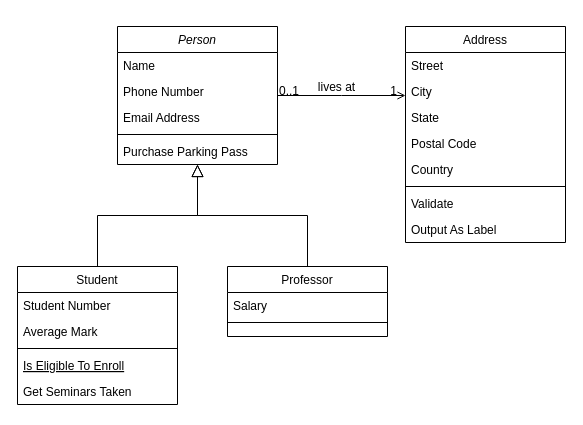
The draw.io diagram 名称未設定ファイル.drawio in Mari-st-11/til, before the edit. Source tidied: cells renumbered, new cells numbered last; positions are measured from the earlier drawing's top-left corner, leaving out a move shared by most shapes. Both pictures are drawn from the tidied source at 100%, with x=0, y=0 at pixel (17, 26).
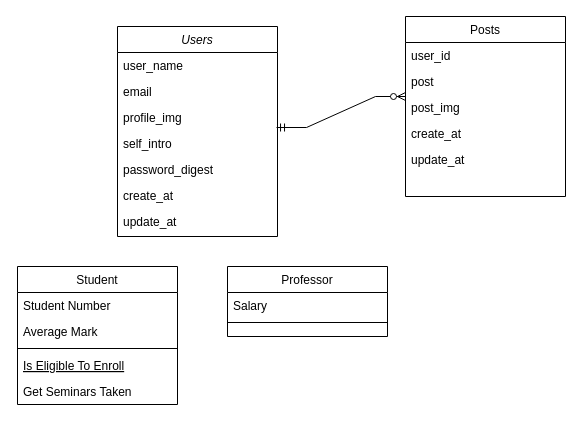
After the change.

Commit message (it also covers changes not shown here):
名称未設定ファイル.drawio を更新します

The change refers to these unchanged cells:
```xml
<mxCell id="8" value="Student" style="swimlane;fontStyle=0;align=center;verticalAlign=top;horizontal=1;startSize=26;rounded=0;shadow=0;strokeWidth=1;" parent="1" vertex="1">
  <mxGeometry y="240" width="160" height="138" as="geometry" />
</mxCell>
<mxCell id="15" value="Professor" style="swimlane;fontStyle=0;align=center;verticalAlign=top;horizontal=1;startSize=26;rounded=0;shadow=0;strokeWidth=1;" parent="1" vertex="1">
  <mxGeometry x="210" y="240" width="160" height="70" as="geometry" />
</mxCell>
```

Change to the diagram source:
```diff
@@
-    <mxCell id="2" value="Person" style="swimlane;fontStyle=2;align=center;verticalAlign=top;horizontal=1;startSize=26;rounded=0;shadow=0;strokeWidth=1;" parent="1" vertex="1">
-      <mxGeometry x="100" width="160" height="138" as="geometry" />
+    <mxCell id="2" value="Users" style="swimlane;fontStyle=2;align=center;verticalAlign=top;horizontal=1;startSize=26;rounded=0;shadow=0;strokeWidth=1;" parent="1" vertex="1">
+      <mxGeometry x="100" width="160" height="210" as="geometry" />
     </mxCell>
-    <mxCell id="3" value="Name" style="text;align=left;verticalAlign=top;spacingLeft=4;spacingRight=4;overflow=hidden;" parent="2" vertex="1">
+    <mxCell id="3" value="user_name" style="text;align=left;verticalAlign=top;spacingLeft=4;spacingRight=4;overflow=hidden;" parent="2" vertex="1">
       <mxGeometry y="26" width="160" height="26" as="geometry" />
     </mxCell>
-    <mxCell id="4" value="Phone Number" style="text;align=left;verticalAlign=top;spacingLeft=4;spacingRight=4;overflow=hidden;rounded=0;shadow=0;html=0;" parent="2" vertex="1">
+    <mxCell id="4" value="email" style="text;align=left;verticalAlign=top;spacingLeft=4;spacingRight=4;overflow=hidden;rounded=0;shadow=0;html=0;" parent="2" vertex="1">
       <mxGeometry y="52" width="160" height="26" as="geometry" />
     </mxCell>
-    <mxCell id="5" value="Email Address" style="text;align=left;verticalAlign=top;spacingLeft=4;spacingRight=4;overflow=hidden;rounded=0;shadow=0;html=0;" parent="2" vertex="1">
+    <mxCell id="5" value="profile_img" style="text;align=left;verticalAlign=top;spacingLeft=4;spacingRight=4;overflow=hidden;rounded=0;shadow=0;html=0;" parent="2" vertex="1">
       <mxGeometry y="78" width="160" height="26" as="geometry" />
     </mxCell>
-    <mxCell id="6" style="line;html=1;strokeWidth=1;align=left;verticalAlign=middle;spacingTop=-1;spacingLeft=3;spacingRight=3;labelPosition=right;" parent="2" vertex="1">
-      <mxGeometry y="104" width="160" height="8" as="geometry" />
-    </mxCell>
-    <mxCell id="7" value="Purchase Parking Pass" style="text;align=left;verticalAlign=top;spacingLeft=4;spacingRight=4;overflow=hidden;points=[[0,0.5],[1,0.5]];portConstraint=eastwest;" parent="2" vertex="1">
-      <mxGeometry y="112" width="160" height="26" as="geometry" />
+    <mxCell id="7" value="self_intro" style="text;align=left;verticalAlign=top;spacingLeft=4;spacingRight=4;overflow=hidden;points=[[0,0.5],[1,0.5]];portConstraint=eastwest;" parent="2" vertex="1">
+      <mxGeometry y="104" width="160" height="26" as="geometry" />
     </mxCell>
+    <mxCell id="32" value="password_digest" style="text;align=left;verticalAlign=top;spacingLeft=4;spacingRight=4;overflow=hidden;" parent="2" vertex="1">
+      <mxGeometry y="130" width="160" height="26" as="geometry" />
+    </mxCell>
+    <mxCell id="33" value="create_at" style="text;align=left;verticalAlign=top;spacingLeft=4;spacingRight=4;overflow=hidden;" parent="2" vertex="1">
+      <mxGeometry y="156" width="160" height="26" as="geometry" />
+    </mxCell>
+    <mxCell id="34" value="update_at" style="text;align=left;verticalAlign=top;spacingLeft=4;spacingRight=4;overflow=hidden;" parent="2" vertex="1">
+      <mxGeometry y="182" width="160" height="28" as="geometry" />
+    </mxCell>
@@
-    <mxCell id="14" style="endArrow=block;endSize=10;endFill=0;shadow=0;strokeWidth=1;rounded=0;curved=0;edgeStyle=elbowEdgeStyle;elbow=vertical;" parent="1" edge="1" source="8" target="2">
-      <mxGeometry relative="1" as="geometry" />
-    </mxCell>
@@
-    <mxCell id="18" style="endArrow=block;endSize=10;endFill=0;shadow=0;strokeWidth=1;rounded=0;curved=0;edgeStyle=elbowEdgeStyle;elbow=vertical;" parent="1" edge="1" source="15" target="2">
-      <mxGeometry relative="1" as="geometry" />
-    </mxCell>
-    <mxCell id="19" value="Address" style="swimlane;fontStyle=0;align=center;verticalAlign=top;horizontal=1;startSize=26;rounded=0;shadow=0;strokeWidth=1;" parent="1" vertex="1">
-      <mxGeometry x="388" width="160" height="216" as="geometry" />
+    <mxCell id="19" value="Posts" style="swimlane;fontStyle=0;align=center;verticalAlign=top;horizontal=1;startSize=26;rounded=0;shadow=0;strokeWidth=1;" parent="1" vertex="1">
+      <mxGeometry x="388" y="-10" width="160" height="180" as="geometry" />
     </mxCell>
-    <mxCell id="20" value="Street" style="text;align=left;verticalAlign=top;spacingLeft=4;spacingRight=4;overflow=hidden;" parent="19" vertex="1">
+    <mxCell id="20" value="user_id" style="text;align=left;verticalAlign=top;spacingLeft=4;spacingRight=4;overflow=hidden;" parent="19" vertex="1">
       <mxGeometry y="26" width="160" height="26" as="geometry" />
     </mxCell>
-    <mxCell id="21" value="City" style="text;align=left;verticalAlign=top;spacingLeft=4;spacingRight=4;overflow=hidden;rounded=0;shadow=0;html=0;" parent="19" vertex="1">
+    <mxCell id="21" value="post" style="text;align=left;verticalAlign=top;spacingLeft=4;spacingRight=4;overflow=hidden;rounded=0;shadow=0;html=0;" parent="19" vertex="1">
       <mxGeometry y="52" width="160" height="26" as="geometry" />
     </mxCell>
-    <mxCell id="22" value="State" style="text;align=left;verticalAlign=top;spacingLeft=4;spacingRight=4;overflow=hidden;rounded=0;shadow=0;html=0;" parent="19" vertex="1">
+    <mxCell id="22" value="post_img" style="text;align=left;verticalAlign=top;spacingLeft=4;spacingRight=4;overflow=hidden;rounded=0;shadow=0;html=0;" parent="19" vertex="1">
       <mxGeometry y="78" width="160" height="26" as="geometry" />
     </mxCell>
-    <mxCell id="23" value="Postal Code" style="text;align=left;verticalAlign=top;spacingLeft=4;spacingRight=4;overflow=hidden;rounded=0;shadow=0;html=0;" parent="19" vertex="1">
+    <mxCell id="23" value="create_at" style="text;align=left;verticalAlign=top;spacingLeft=4;spacingRight=4;overflow=hidden;rounded=0;shadow=0;html=0;" parent="19" vertex="1">
       <mxGeometry y="104" width="160" height="26" as="geometry" />
     </mxCell>
-    <mxCell id="24" value="Country" style="text;align=left;verticalAlign=top;spacingLeft=4;spacingRight=4;overflow=hidden;rounded=0;shadow=0;html=0;" parent="19" vertex="1">
-      <mxGeometry y="130" width="160" height="26" as="geometry" />
-    </mxCell>
-    <mxCell id="25" style="line;html=1;strokeWidth=1;align=left;verticalAlign=middle;spacingTop=-1;spacingLeft=3;spacingRight=3;labelPosition=right;" parent="19" vertex="1">
-      <mxGeometry y="156" width="160" height="8" as="geometry" />
-    </mxCell>
-    <mxCell id="26" value="Validate" style="text;align=left;verticalAlign=top;spacingLeft=4;spacingRight=4;overflow=hidden;" parent="19" vertex="1">
-      <mxGeometry y="164" width="160" height="26" as="geometry" />
-    </mxCell>
-    <mxCell id="27" value="Output As Label" style="text;align=left;verticalAlign=top;spacingLeft=4;spacingRight=4;overflow=hidden;" parent="19" vertex="1">
-      <mxGeometry y="190" width="160" height="26" as="geometry" />
-    </mxCell>
-    <mxCell id="28" style="endArrow=open;shadow=0;strokeWidth=1;rounded=0;curved=0;endFill=1;edgeStyle=elbowEdgeStyle;elbow=vertical;" parent="1" edge="1" source="2" target="19">
-      <mxGeometry x="0.5" y="41" relative="1" as="geometry">
-        <mxPoint x="-40" y="32" as="offset" />
-      </mxGeometry>
-    </mxCell>
-    <mxCell id="29" value="0..1" style="align=left;verticalAlign=bottom;labelBackgroundColor=none;fontSize=12;" parent="28" vertex="1">
-      <mxGeometry x="-1" relative="1" as="geometry">
-        <mxPoint y="4" as="offset" />
-      </mxGeometry>
-    </mxCell>
-    <mxCell id="30" value="1" style="align=right;verticalAlign=bottom;labelBackgroundColor=none;fontSize=12;" parent="28" vertex="1">
-      <mxGeometry x="1" relative="1" as="geometry">
-        <mxPoint x="-7" y="4" as="offset" />
-      </mxGeometry>
-    </mxCell>
-    <mxCell id="31" value="lives at" style="text;html=1;align=center;verticalAlign=middle;labelBackgroundColor=none;rounded=0;shadow=0;strokeWidth=1;fontSize=12;" parent="28" vertex="1">
-      <mxGeometry x="0.5" y="49" relative="1" as="geometry">
-        <mxPoint x="-38" y="40" as="offset" />
-      </mxGeometry>
-    </mxCell>
+    <mxCell id="35" value="update_at" style="text;align=left;verticalAlign=top;spacingLeft=4;spacingRight=4;overflow=hidden;rounded=0;shadow=0;html=0;" parent="19" vertex="1">
+      <mxGeometry y="130" width="160" height="26" as="geometry" />
+    </mxCell>
+    <mxCell id="36" style="edgeStyle=entityRelationEdgeStyle;fontSize=12;html=1;endArrow=ERzeroToMany;startArrow=ERmandOne;rounded=0;exitX=0.994;exitY=-0.115;exitDx=0;exitDy=0;exitPerimeter=0;" parent="1" edge="1" source="7">
+      <mxGeometry relative="1" as="geometry">
+        <mxPoint x="388" y="70" as="targetPoint" />
+      </mxGeometry>
+    </mxCell>
```
